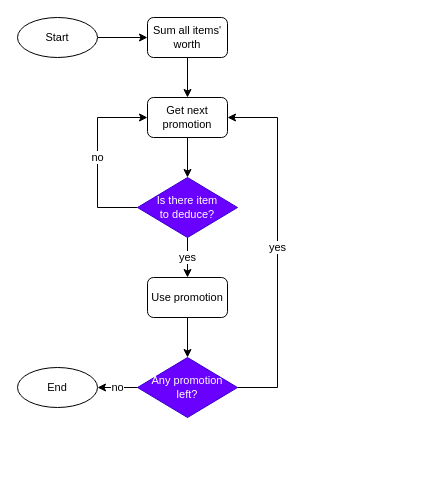
hanggrian/IIT-CS430 keeps this draw.io diagram as page "algo_dfs" (5 of 5) of cheapest-merchandise/dsa.drawio. Above is the earlier version. Source tidied: cells renumbered, new cells numbered last; positions are measured from the earlier drawing's top-left corner, leaving out a move shared by most shapes. Both pictures are drawn from the tidied source at 100%, with x=0, y=0 at pixel (17, 17).
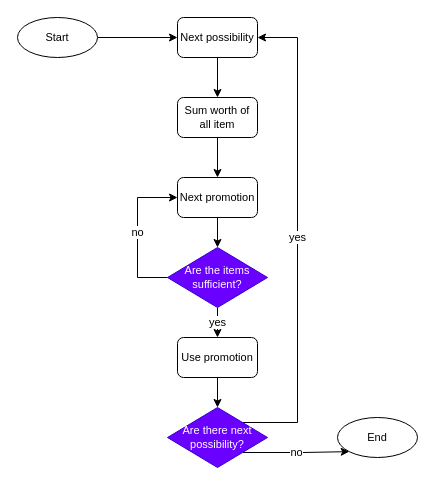
After the change.

The change refers to these unchanged cells:
```xml
<mxCell id="5" value="Start" style="ellipse;whiteSpace=wrap;html=1;fontSize=11;" parent="1" vertex="1">
  <mxGeometry width="80" height="40" as="geometry" />
</mxCell>
```

The edit, as a diff of the source:
```diff
@@
-    <mxCell id="2" style="edgeStyle=orthogonalEdgeStyle;rounded=0;jettySize=auto;html=1;exitX=0.5;exitY=1;exitDx=0;exitDy=0;entryX=0.5;entryY=0;entryDx=0;entryDy=0;" parent="1" edge="1" source="3" target="11">
-      <mxGeometry relative="1" as="geometry" />
-    </mxCell>
-    <mxCell id="3" value="Get next promotion" style="rounded=1;whiteSpace=wrap;html=1;fontSize=11;" parent="1" vertex="1">
-      <mxGeometry x="130" y="80" width="80" height="40" as="geometry" />
-    </mxCell>
-    <mxCell id="4" style="edgeStyle=orthogonalEdgeStyle;rounded=0;jettySize=auto;html=1;exitX=1;exitY=0.5;exitDx=0;exitDy=0;entryX=0;entryY=0.5;entryDx=0;entryDy=0;" parent="1" edge="1" source="5" target="16">
-      <mxGeometry relative="1" as="geometry" />
-    </mxCell>
+    <mxCell id="17" style="edgeStyle=orthogonalEdgeStyle;rounded=0;jettySize=auto;html=1;exitX=1;exitY=0.5;exitDx=0;exitDy=0;entryX=0;entryY=0.5;entryDx=0;entryDy=0;" parent="1" edge="1" source="5" target="25">
+      <mxGeometry relative="1" as="geometry" />
+    </mxCell>
@@
+    <mxCell id="14" value="End" style="ellipse;whiteSpace=wrap;html=1;fontSize=11;" parent="1" vertex="1">
+      <mxGeometry x="320" y="400" width="80" height="40" as="geometry" />
+    </mxCell>
+    <mxCell id="18" style="edgeStyle=orthogonalEdgeStyle;rounded=0;jettySize=auto;html=1;exitX=0.5;exitY=1;exitDx=0;exitDy=0;entryX=0.5;entryY=0;entryDx=0;entryDy=0;" parent="1" edge="1" source="19" target="21">
+      <mxGeometry relative="1" as="geometry" />
+    </mxCell>
+    <mxCell id="19" value="Sum worth of all item" style="rounded=1;whiteSpace=wrap;html=1;fontSize=11;" parent="1" vertex="1">
+      <mxGeometry x="160" y="80" width="80" height="40" as="geometry" />
+    </mxCell>
+    <mxCell id="20" style="edgeStyle=orthogonalEdgeStyle;rounded=0;jettySize=auto;html=1;exitX=0.5;exitY=1;exitDx=0;exitDy=0;" parent="1" edge="1" source="21" target="22">
+      <mxGeometry relative="1" as="geometry" />
+    </mxCell>
+    <mxCell id="21" value="Next promotion" style="rounded=1;whiteSpace=wrap;html=1;fontSize=11;" parent="1" vertex="1">
+      <mxGeometry x="160" y="160" width="80" height="40" as="geometry" />
+    </mxCell>
+    <mxCell id="9" value="yes" style="edgeStyle=orthogonalEdgeStyle;rounded=0;jettySize=auto;html=1;exitX=0.5;exitY=1;exitDx=0;exitDy=0;entryX=0.5;entryY=0;entryDx=0;entryDy=0;" parent="1" edge="1" source="22" target="13">
+      <mxGeometry relative="1" as="geometry" />
+    </mxCell>
+    <mxCell id="10" value="no" style="edgeStyle=orthogonalEdgeStyle;rounded=0;jettySize=auto;html=1;exitX=0;exitY=0.5;exitDx=0;exitDy=0;entryX=0;entryY=0.5;entryDx=0;entryDy=0;" parent="1" edge="1" source="22" target="21">
+      <mxGeometry relative="1" as="geometry">
+        <Array as="points">
+          <mxPoint x="120" y="260" />
+          <mxPoint x="120" y="180" />
+        </Array>
+      </mxGeometry>
+    </mxCell>
+    <mxCell id="22" value="Are the items&lt;br&gt;sufficient?" style="rhombus;whiteSpace=wrap;html=1;fontSize=11;fillColor=#6a00ff;fontColor=#ffffff;strokeColor=#3700CC;" parent="1" vertex="1">
+      <mxGeometry x="150" y="230" width="100" height="60" as="geometry" />
+    </mxCell>
+    <mxCell id="23" style="edgeStyle=orthogonalEdgeStyle;rounded=0;jettySize=auto;html=1;exitX=0.5;exitY=1;exitDx=0;exitDy=0;entryX=0.5;entryY=0;entryDx=0;entryDy=0;" parent="1" edge="1" source="13" target="26">
+      <mxGeometry relative="1" as="geometry" />
+    </mxCell>
+    <mxCell id="13" value="Use promotion" style="rounded=1;whiteSpace=wrap;html=1;fontSize=11;" parent="1" vertex="1">
+      <mxGeometry x="160" y="320" width="80" height="40" as="geometry" />
+    </mxCell>
+    <mxCell id="24" style="edgeStyle=orthogonalEdgeStyle;rounded=0;jettySize=auto;html=1;exitX=0.5;exitY=1;exitDx=0;exitDy=0;entryX=0.5;entryY=0;entryDx=0;entryDy=0;" parent="1" edge="1" source="25" target="19">
+      <mxGeometry relative="1" as="geometry" />
+    </mxCell>
+    <mxCell id="25" value="Next possibility" style="rounded=1;whiteSpace=wrap;html=1;fontSize=11;" parent="1" vertex="1">
+      <mxGeometry x="160" width="80" height="40" as="geometry" />
+    </mxCell>
-    <mxCell id="6" value="yes" style="edgeStyle=orthogonalEdgeStyle;rounded=0;jettySize=auto;html=1;exitX=1;exitY=0.5;exitDx=0;exitDy=0;entryX=1;entryY=0.5;entryDx=0;entryDy=0;" parent="1" edge="1" source="8" target="3">
+    <mxCell id="6" value="yes" style="edgeStyle=orthogonalEdgeStyle;rounded=0;jettySize=auto;html=1;exitX=1;exitY=0;exitDx=0;exitDy=0;entryX=1;entryY=0.5;entryDx=0;entryDy=0;" parent="1" edge="1" source="26" target="25">
       <mxGeometry relative="1" as="geometry">
         <Array as="points">
-          <mxPoint x="260" y="370" />
-          <mxPoint x="260" y="100" />
+          <mxPoint x="280" y="405" />
+          <mxPoint x="280" y="20" />
         </Array>
       </mxGeometry>
     </mxCell>
-    <mxCell id="7" value="no" style="edgeStyle=orthogonalEdgeStyle;rounded=0;jettySize=auto;html=1;exitX=0;exitY=0.5;exitDx=0;exitDy=0;entryX=1;entryY=0.5;entryDx=0;entryDy=0;" parent="1" edge="1" source="8" target="14">
+    <mxCell id="7" value="no" style="edgeStyle=orthogonalEdgeStyle;rounded=0;jettySize=auto;html=1;exitX=1;exitY=1;exitDx=0;exitDy=0;entryX=0;entryY=1;entryDx=0;entryDy=0;" parent="1" edge="1" source="26" target="14">
       <mxGeometry relative="1" as="geometry" />
     </mxCell>
-    <mxCell id="8" value="Any promotion&lt;br&gt;left?" style="rhombus;whiteSpace=wrap;html=1;fontSize=11;fillColor=#6a00ff;fontColor=#ffffff;strokeColor=#3700CC;" parent="1" vertex="1">
-      <mxGeometry x="120" y="340" width="100" height="60" as="geometry" />
-    </mxCell>
-    <mxCell id="9" value="yes" style="edgeStyle=orthogonalEdgeStyle;rounded=0;jettySize=auto;html=1;exitX=0.5;exitY=1;exitDx=0;exitDy=0;entryX=0.5;entryY=0;entryDx=0;entryDy=0;" parent="1" edge="1" source="11" target="13">
-      <mxGeometry relative="1" as="geometry" />
-    </mxCell>
-    <mxCell id="10" value="no" style="edgeStyle=orthogonalEdgeStyle;rounded=0;jettySize=auto;html=1;exitX=0;exitY=0.5;exitDx=0;exitDy=0;entryX=0;entryY=0.5;entryDx=0;entryDy=0;" parent="1" edge="1" source="11" target="3">
-      <mxGeometry relative="1" as="geometry">
-        <Array as="points">
-          <mxPoint x="80" y="190" />
-          <mxPoint x="80" y="100" />
-        </Array>
-      </mxGeometry>
-    </mxCell>
-    <mxCell id="11" value="Is there item&lt;br&gt;to deduce?" style="rhombus;whiteSpace=wrap;html=1;fontSize=11;fillColor=#6a00ff;fontColor=#ffffff;strokeColor=#3700CC;" parent="1" vertex="1">
-      <mxGeometry x="120" y="160" width="100" height="60" as="geometry" />
-    </mxCell>
-    <mxCell id="12" style="edgeStyle=orthogonalEdgeStyle;rounded=0;jettySize=auto;html=1;exitX=0.5;exitY=1;exitDx=0;exitDy=0;entryX=0.5;entryY=0;entryDx=0;entryDy=0;" parent="1" edge="1" source="13" target="8">
-      <mxGeometry relative="1" as="geometry" />
-    </mxCell>
-    <mxCell id="13" value="Use promotion" style="rounded=1;whiteSpace=wrap;html=1;fontSize=11;" parent="1" vertex="1">
-      <mxGeometry x="130" y="260" width="80" height="40" as="geometry" />
-    </mxCell>
-    <mxCell id="14" value="End" style="ellipse;whiteSpace=wrap;html=1;fontSize=11;" parent="1" vertex="1">
-      <mxGeometry y="350" width="80" height="40" as="geometry" />
-    </mxCell>
-    <mxCell id="15" style="edgeStyle=orthogonalEdgeStyle;rounded=0;jettySize=auto;html=1;exitX=0.5;exitY=1;exitDx=0;exitDy=0;entryX=0.5;entryY=0;entryDx=0;entryDy=0;" parent="1" edge="1" source="16" target="3">
-      <mxGeometry relative="1" as="geometry" />
-    </mxCell>
-    <mxCell id="16" value="Sum all items' worth" style="rounded=1;whiteSpace=wrap;html=1;fontSize=11;" parent="1" vertex="1">
-      <mxGeometry x="130" width="80" height="40" as="geometry" />
-    </mxCell>
+    <mxCell id="26" value="Are there next&lt;br&gt;possibility?" style="rhombus;whiteSpace=wrap;html=1;fontSize=11;fillColor=#6a00ff;fontColor=#ffffff;strokeColor=#3700CC;" parent="1" vertex="1">
+      <mxGeometry x="150" y="390" width="100" height="60" as="geometry" />
+    </mxCell>
```
